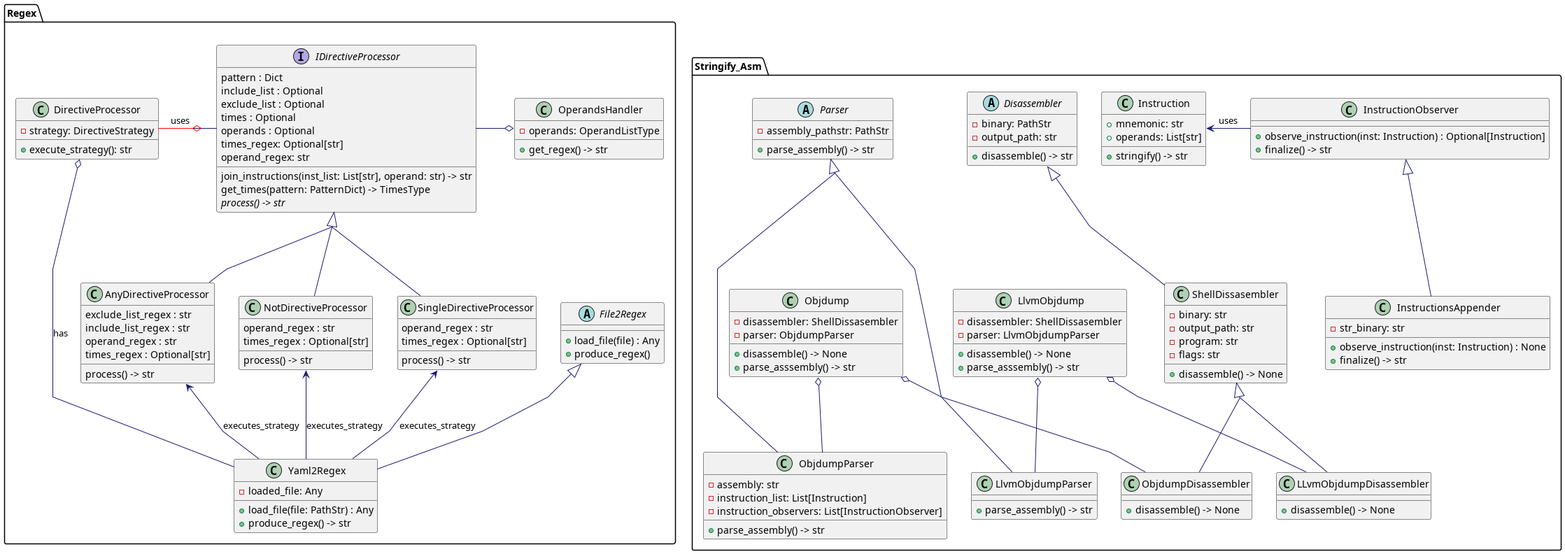
Above: design/diagram_class.png in JukMR/JASM (PlantUML), before the change. The source it was exported from:
```plantuml
@startuml diagram_class

skinparam linetype polyline
skinparam classFontName Helvetica
skinparam ClassFontSize 14
skinparam ArrowColor MidnightBlue
skinparam groupInheritance 2


skinparam class {

}

package "Stringify_Asm" {
    abstract class Disassembler {
        -binary: PathStr
        -output_path: str
        +disassemble() -> str
    }

    class Instruction {
        +mnemonic: str
        +operands: List[str]
        +stringify() -> str
    }

    class InstructionObserver {
        +observe_instruction(inst: Instruction) : Optional[Instruction]
        +finalize() -> str
    }

    abstract class Parser {
        -assembly_pathstr: PathStr
        +parse_assembly() -> str
    }

    class LLvmObjdumpDisassembler {
        +disassemble() -> None
    }

    class LlvmObjdumpParser {
        +parse_assembly() -> str
    }

    class LlvmObjdump {
        -disassembler: ShellDissasembler
        -parser: LlvmObjdumpParser
        +disassemble() -> None
        +parse_asssembly() -> str
    }

    class ObjdumpDisassembler {
        +disassemble() -> None
    }

    class ObjdumpParser {
        -assembly: str
        -instruction_list: List[Instruction]
        -instruction_observers: List[InstructionObserver]
        +parse_assembly() -> str
    }

    class Objdump {
        -disassembler: ShellDissasembler
        -parser: ObjdumpParser
        +disassemble() -> None
        +parse_asssembly() -> str
    }

    class InstructionsAppender {
        -str_binary: str
        +observe_instruction(inst: Instruction) : None
        +finalize() -> str
    }

    class ShellDissasembler {
        -binary: str
        -output_path: str
        -program: str
        -flags: str
        +disassemble() -> None
    }
}

package "Regex" {

    abstract class File2Regex {
        +load_file(file) : Any
        +produce_regex()
    }

    class Yaml2Regex {
        -loaded_file: Any
        +load_file(file: PathStr) : Any
        +produce_regex() -> str
    }

    class OperandsHandler {
        -operands: OperandListType
        +get_regex() -> str
    }

    class DirectiveProcessor {
        -strategy: DirectiveStrategy
        +execute_strategy(): str
    }

    interface IDirectiveProcessor {
    pattern : Dict
    include_list : Optional
    exclude_list : Optional
    times : Optional
    operands : Optional
    times_regex: Optional[str]
    operand_regex: str

    join_instructions(inst_list: List[str], operand: str) -> str
    get_times(pattern: PatternDict) -> TimesType
    {abstract}process() -> str
    }


    class AnyDirectiveProcessor {
    exclude_list_regex : str
    include_list_regex : str
    operand_regex : str
    times_regex : Optional[str]
    process() -> str
    }

    class NotDirectiveProcessor {
    operand_regex : str
    times_regex : Optional[str]
    process() -> str
    }

    class SingleDirectiveProcessor {
    operand_regex : str
    times_regex : Optional[str]
    process() -> str
    }



}

DirectiveProcessor -[#red,thickness=1]o IDirectiveProcessor: uses
IDirectiveProcessor  <|-- AnyDirectiveProcessor
IDirectiveProcessor  <|-- SingleDirectiveProcessor
IDirectiveProcessor  <|-- NotDirectiveProcessor

Yaml2Regex --up> AnyDirectiveProcessor : executes_strategy
Yaml2Regex --up> SingleDirectiveProcessor : executes_strategy
Yaml2Regex --up> NotDirectiveProcessor : executes_strategy
Yaml2Regex --o DirectiveProcessor: has


IDirectiveProcessor -o OperandsHandler


Instruction <- InstructionObserver : uses
File2Regex <|-- Yaml2Regex
Parser <|--- LlvmObjdumpParser
Parser <|--- ObjdumpParser
InstructionObserver <|-- InstructionsAppender

Objdump o-- ObjdumpDisassembler
Objdump o-- ObjdumpParser

LlvmObjdump o-- LlvmObjdumpParser
LlvmObjdump o-- LLvmObjdumpDisassembler

Disassembler <|-- ShellDissasembler
ShellDissasembler <|-- ObjdumpDisassembler
ShellDissasembler <|-- LLvmObjdumpDisassembler
@enduml
```
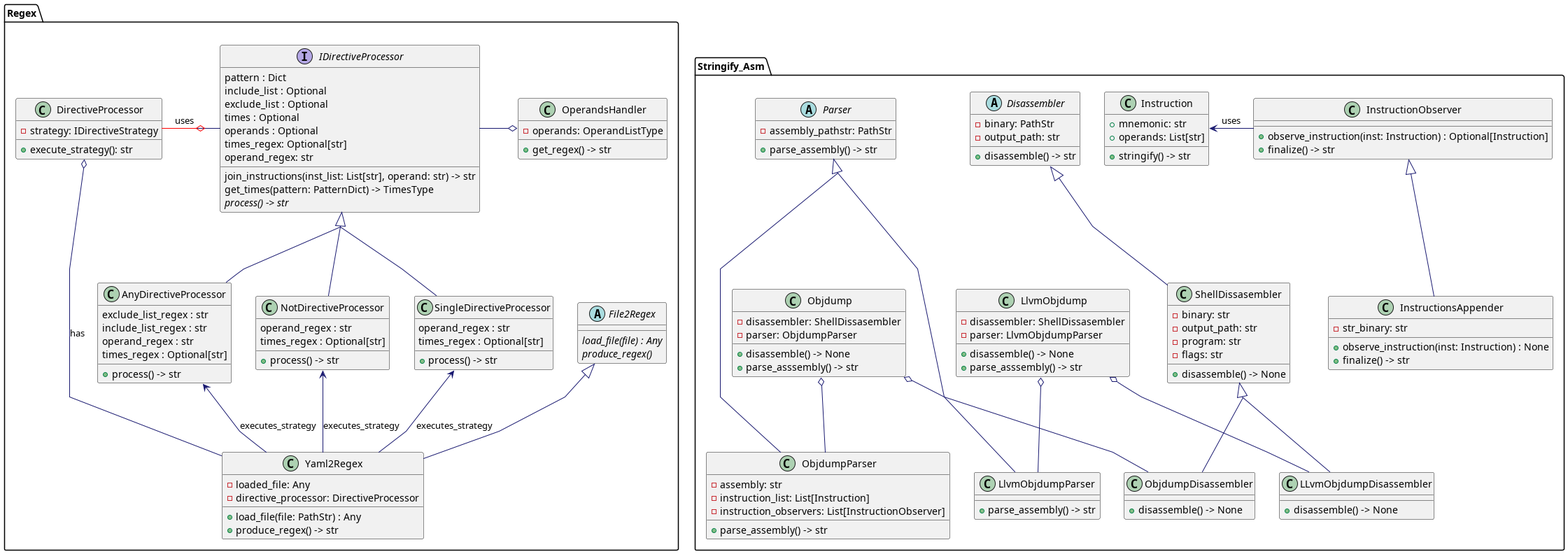
After the commit.

Change to the diagram source:
```diff
@@ -85,12 +85,13 @@
 package "Regex" {
 
     abstract class File2Regex {
-        +load_file(file) : Any
-        +produce_regex()
+        {abstract} load_file(file) : Any
+        {abstract} produce_regex()
     }
 
     class Yaml2Regex {
         -loaded_file: Any
+        -directive_processor: DirectiveProcessor
         +load_file(file: PathStr) : Any
         +produce_regex() -> str
     }
@@ -101,7 +102,7 @@
     }
 
     class DirectiveProcessor {
-        -strategy: DirectiveStrategy
+        -strategy: IDirectiveStrategy
         +execute_strategy(): str
     }
 
@@ -125,19 +126,21 @@
     include_list_regex : str
     operand_regex : str
     times_regex : Optional[str]
-    process() -> str
+
+    +process() -> str
     }
 
     class NotDirectiveProcessor {
     operand_regex : str
     times_regex : Optional[str]
-    process() -> str
+
+    +process() -> str
     }
 
     class SingleDirectiveProcessor {
     operand_regex : str
     times_regex : Optional[str]
-    process() -> str
+    +process() -> str
     }
 
 
```
